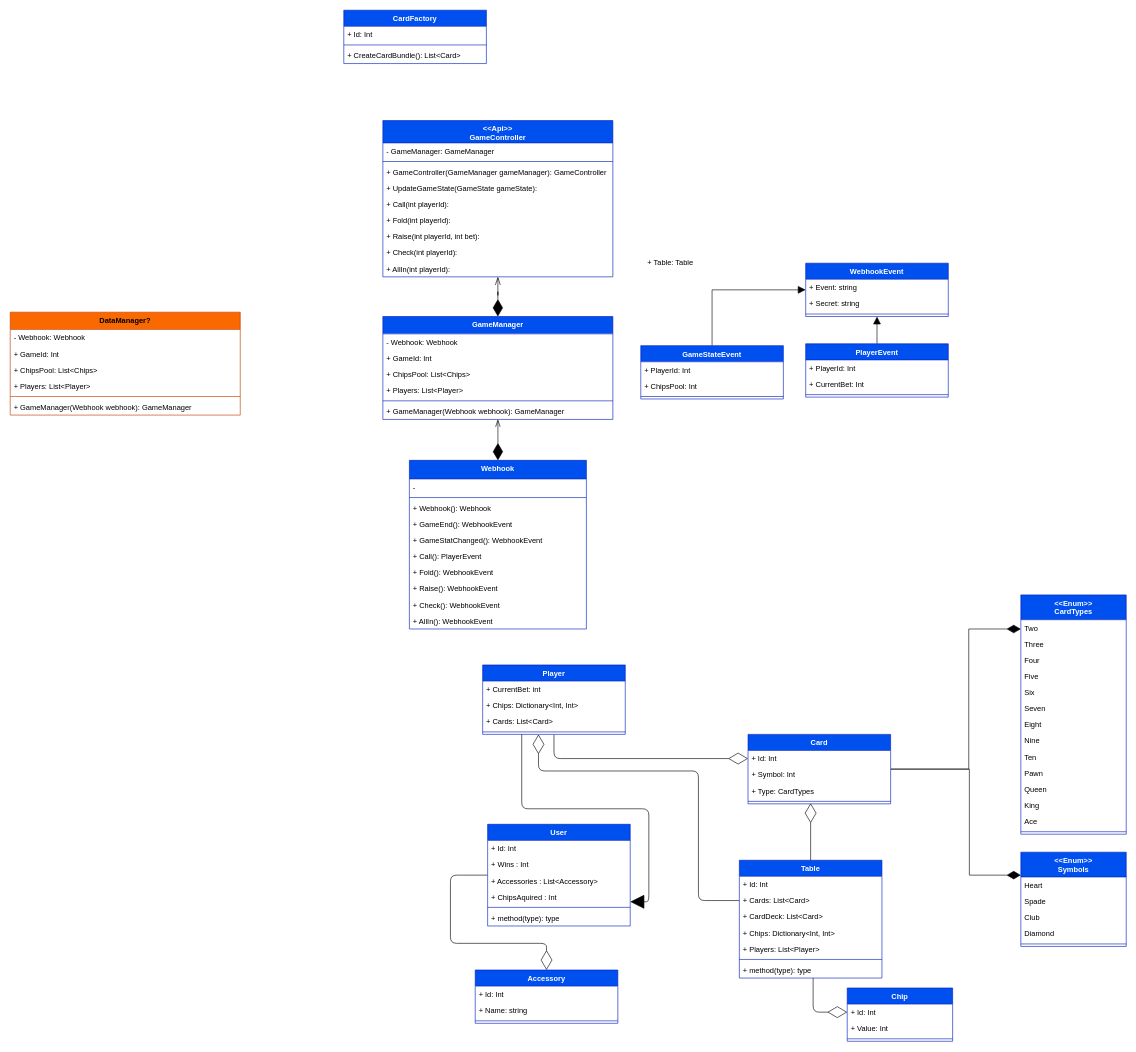
This is ClassDiagram.drawio from KeanTech/PokerGameEngine, a draw.io file, before an edit. Source tidied: cells renumbered, new cells numbered last; positions are measured from the earlier drawing's top-left corner, leaving out a move shared by most shapes. Both pictures are drawn from the tidied source at 62%, with x=0, y=0 at pixel (10, 10).
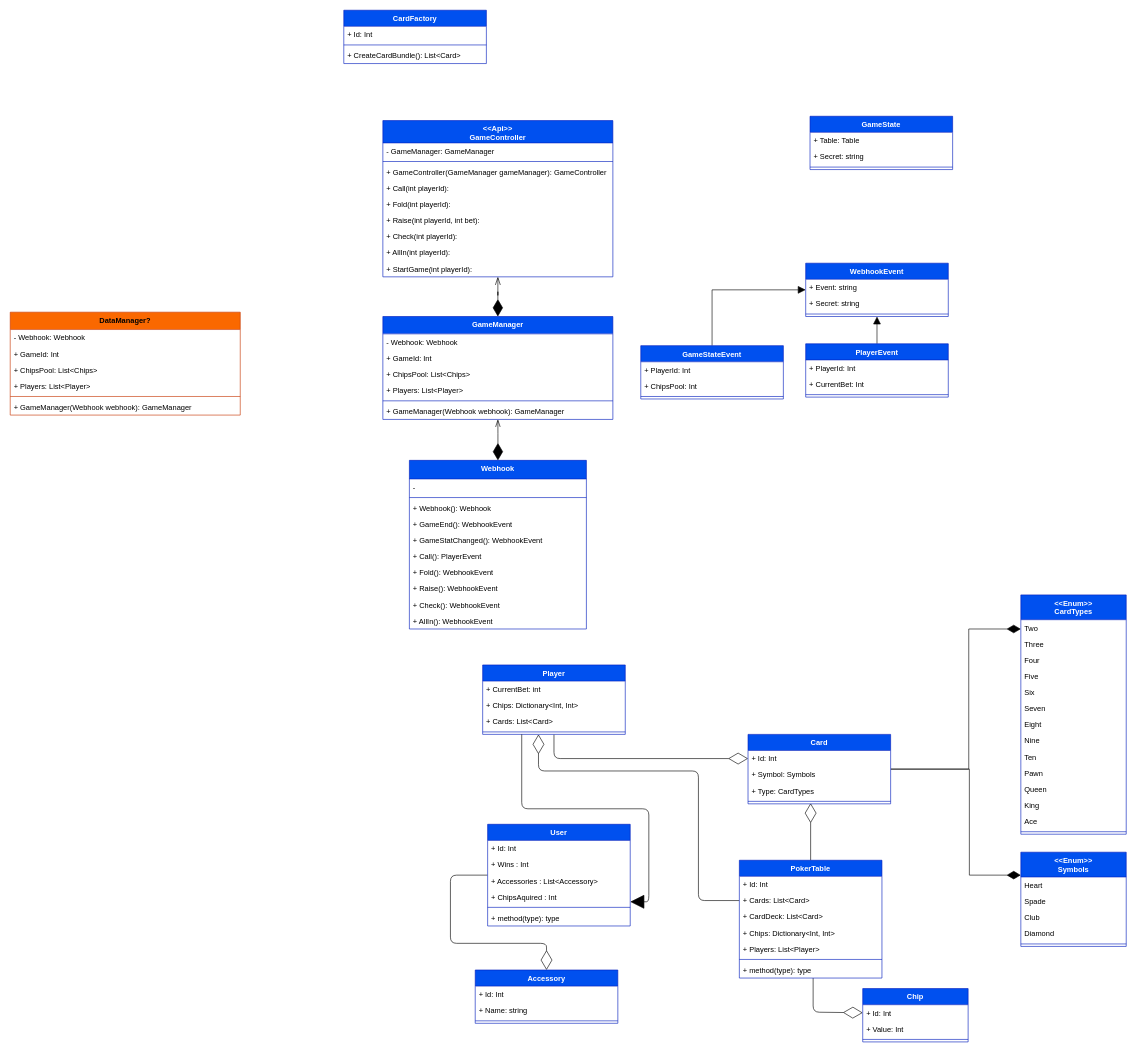
The same page after the edit.

The change refers to these unchanged cells:
```xml
<mxCell id="30" value="Card" style="swimlane;fontStyle=1;align=center;verticalAlign=top;horizontal=1;startSize=26;fillColor=#0050ef;fontColor=#ffffff;strokeColor=#001DBC;swimlaneFillColor=default;rounded=0;" parent="1" vertex="1">
  <mxGeometry x="1190" y="1168" width="230" height="112" as="geometry" />
</mxCell>
<mxCell id="97" value="&lt;&lt;Api&gt;&gt;&#10;GameController" style="swimlane;fontStyle=1;align=center;verticalAlign=top;horizontal=1;startSize=36;fillColor=#0050ef;fontColor=#ffffff;strokeColor=#001DBC;swimlaneFillColor=default;rounded=0;" parent="1" vertex="1">
  <mxGeometry x="601" y="178" width="371" height="252" as="geometry" />
</mxCell>
```

What changed in the source:
```diff
@@
-    <mxCell id="20" value="Table" style="swimlane;fontStyle=1;align=center;verticalAlign=top;horizontal=1;startSize=26;fillColor=#0050ef;fontColor=#ffffff;strokeColor=#001DBC;swimlaneFillColor=default;rounded=0;" parent="1" vertex="1">
+    <mxCell id="20" value="PokerTable" style="swimlane;fontStyle=1;align=center;verticalAlign=top;horizontal=1;startSize=26;fillColor=#0050ef;fontColor=#ffffff;strokeColor=#001DBC;swimlaneFillColor=default;rounded=0;" parent="1" vertex="1">
       <mxGeometry x="1176" y="1371" width="230" height="190" as="geometry" />
     </mxCell>
@@
-    <mxCell id="32" value="+ Symbol: Int" style="text;strokeColor=none;fillColor=none;align=left;verticalAlign=top;spacingLeft=4;spacingRight=4;overflow=hidden;rounded=0;" parent="30" vertex="1">
+    <mxCell id="32" value="+ Symbol: Symbols" style="text;strokeColor=none;fillColor=none;align=left;verticalAlign=top;spacingLeft=4;spacingRight=4;overflow=hidden;rounded=0;" parent="30" vertex="1">
       <mxGeometry y="52" width="230" height="26" as="geometry" />
     </mxCell>
@@
     <mxCell id="39" value="Chip" style="swimlane;fontStyle=1;align=center;verticalAlign=top;horizontal=1;startSize=26;fillColor=#0050ef;fontColor=#ffffff;strokeColor=#001DBC;swimlaneFillColor=default;rounded=0;" parent="1" vertex="1">
-      <mxGeometry x="1350" y="1577" width="170" height="86" as="geometry" />
+      <mxGeometry x="1375" y="1578" width="170" height="86" as="geometry" />
     </mxCell>
@@
-    <mxCell id="101" value="+ UpdateGameState(GameState gameState): " style="text;strokeColor=none;fillColor=none;align=left;verticalAlign=top;spacingLeft=4;spacingRight=4;overflow=hidden;rounded=0;" parent="97" vertex="1">
-      <mxGeometry y="96" width="371" height="26" as="geometry" />
-    </mxCell>
     <mxCell id="102" value="+ Call(int playerId): " style="text;strokeColor=none;fillColor=none;align=left;verticalAlign=top;spacingLeft=4;spacingRight=4;overflow=hidden;rounded=0;" parent="97" vertex="1">
-      <mxGeometry y="122" width="371" height="26" as="geometry" />
+      <mxGeometry y="96" width="371" height="26" as="geometry" />
     </mxCell>
     <mxCell id="103" value="+ Fold(int playerId): " style="text;strokeColor=none;fillColor=none;align=left;verticalAlign=top;spacingLeft=4;spacingRight=4;overflow=hidden;rounded=0;" parent="97" vertex="1">
-      <mxGeometry y="148" width="371" height="26" as="geometry" />
+      <mxGeometry y="122" width="371" height="26" as="geometry" />
     </mxCell>
     <mxCell id="104" value="+ Raise(int playerId, int bet): " style="text;strokeColor=none;fillColor=none;align=left;verticalAlign=top;spacingLeft=4;spacingRight=4;overflow=hidden;rounded=0;" parent="97" vertex="1">
-      <mxGeometry y="174" width="371" height="26" as="geometry" />
+      <mxGeometry y="148" width="371" height="26" as="geometry" />
     </mxCell>
     <mxCell id="105" value="+ Check(int playerId): " style="text;strokeColor=none;fillColor=none;align=left;verticalAlign=top;spacingLeft=4;spacingRight=4;overflow=hidden;rounded=0;" parent="97" vertex="1">
-      <mxGeometry y="200" width="371" height="26" as="geometry" />
+      <mxGeometry y="174" width="371" height="26" as="geometry" />
     </mxCell>
     <mxCell id="106" value="+ AllIn(int playerId): " style="text;strokeColor=none;fillColor=none;align=left;verticalAlign=top;spacingLeft=4;spacingRight=4;overflow=hidden;rounded=0;" parent="97" vertex="1">
-      <mxGeometry y="226" width="371" height="26" as="geometry" />
+      <mxGeometry y="200" width="371" height="26" as="geometry" />
     </mxCell>
+    <mxCell id="120" value="+ StartGame(int playerId): " style="text;strokeColor=none;fillColor=none;align=left;verticalAlign=top;spacingLeft=4;spacingRight=4;overflow=hidden;rounded=0;" parent="97" vertex="1">
+      <mxGeometry y="226" width="371" height="26" as="geometry" />
+    </mxCell>
@@
-    <mxCell id="114" value="+ Table: Table" style="text;strokeColor=none;fillColor=none;align=left;verticalAlign=top;spacingLeft=4;spacingRight=4;overflow=hidden;rounded=0;" parent="1" vertex="1">
-      <mxGeometry x="1022" y="394" width="230" height="26" as="geometry" />
-    </mxCell>
@@
+    <mxCell id="121" value="GameState" style="swimlane;fontStyle=1;align=center;verticalAlign=top;horizontal=1;startSize=26;fillColor=#0050ef;fontColor=#ffffff;strokeColor=#001DBC;swimlaneFillColor=default;rounded=0;" parent="1" vertex="1">
+      <mxGeometry x="1290" y="171" width="230" height="86" as="geometry" />
+    </mxCell>
+    <mxCell id="114" value="+ Table: Table" style="text;strokeColor=none;fillColor=none;align=left;verticalAlign=top;spacingLeft=4;spacingRight=4;overflow=hidden;rounded=0;" parent="121" vertex="1">
+      <mxGeometry y="26" width="230" height="26" as="geometry" />
+    </mxCell>
+    <mxCell id="122" value="+ Secret: string" style="text;strokeColor=none;fillColor=none;align=left;verticalAlign=top;spacingLeft=4;spacingRight=4;overflow=hidden;rounded=0;" parent="121" vertex="1">
+      <mxGeometry y="52" width="230" height="26" as="geometry" />
+    </mxCell>
+    <mxCell id="123" style="line;strokeWidth=1;fillColor=none;align=left;verticalAlign=middle;spacingTop=-1;spacingLeft=3;spacingRight=3;labelPosition=right;strokeColor=inherit;rounded=0;" parent="121" vertex="1">
+      <mxGeometry y="78" width="230" height="8" as="geometry" />
+    </mxCell>
```
